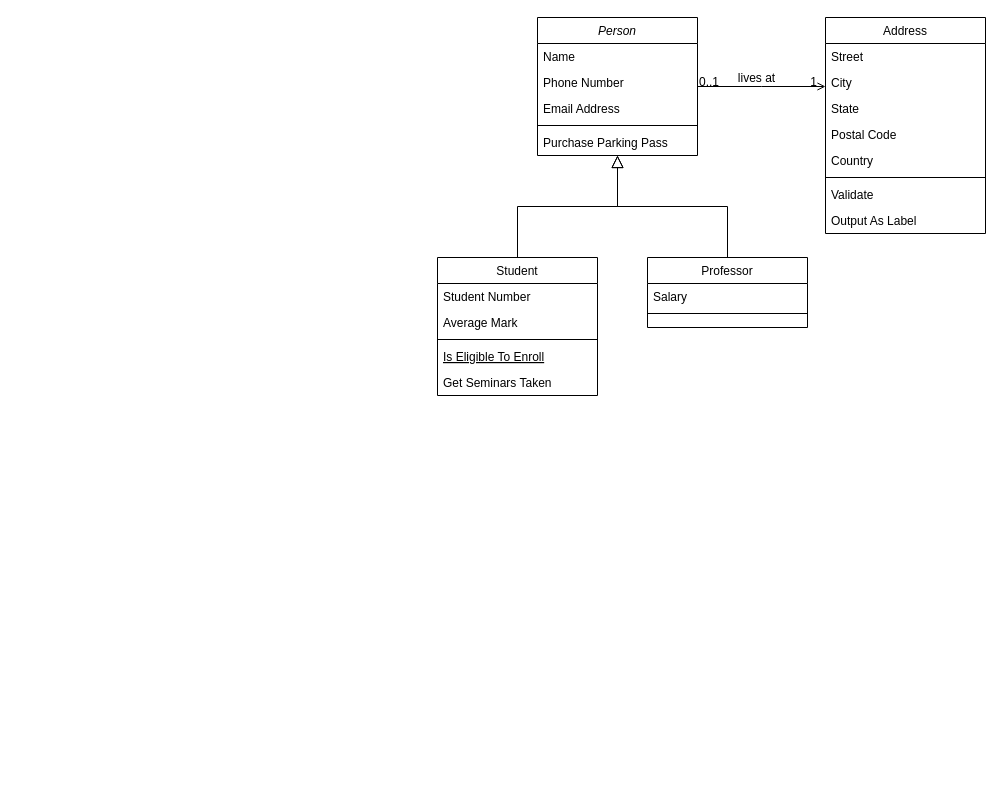
This is Untitled Diagram.drawio from KingGaemi/SDL2, a draw.io file, before an edit. Source tidied: cells renumbered, new cells numbered last; positions are measured from the earlier drawing's top-left corner, leaving out a move shared by most shapes. Both pictures are drawn from the tidied source at 100%, with x=0, y=0 at pixel (437, 17).
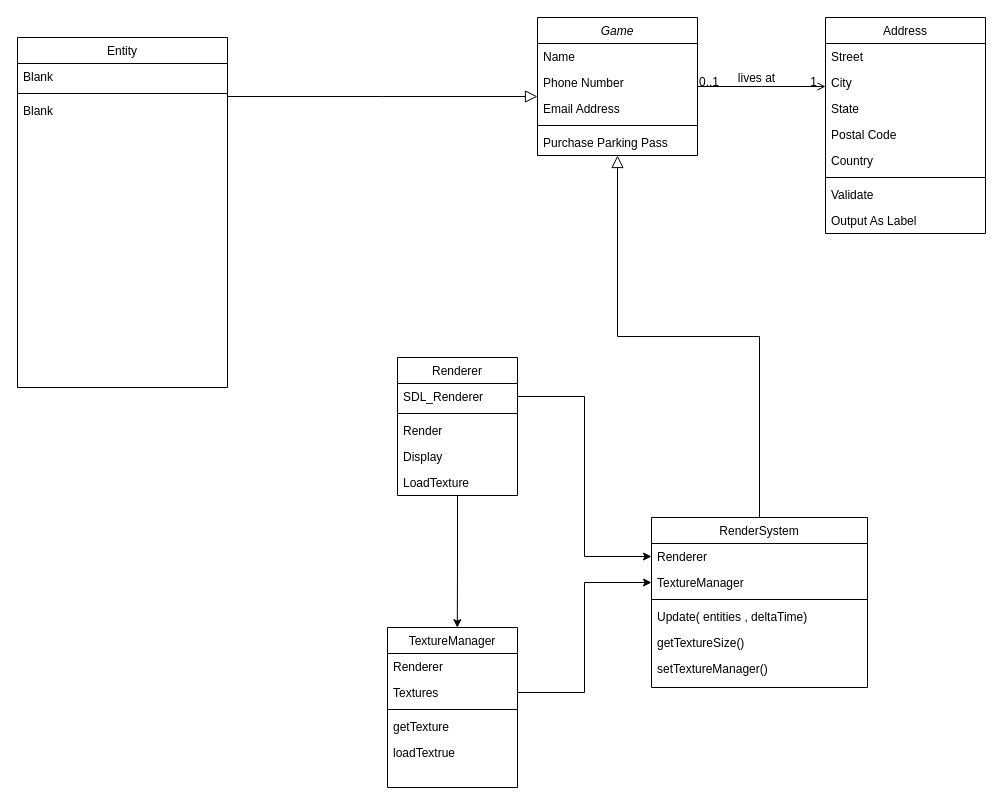
After the change.

Diff of the diagram source:
```diff
@@
-    <mxCell id="2" value="Person" style="swimlane;fontStyle=2;align=center;verticalAlign=top;horizontal=1;startSize=26;rounded=0;shadow=0;strokeWidth=1;" parent="1" vertex="1">
+    <mxCell id="2" value="Game" style="swimlane;fontStyle=2;align=center;verticalAlign=top;horizontal=1;startSize=26;rounded=0;shadow=0;strokeWidth=1;" parent="1" vertex="1">
       <mxGeometry x="100" width="160" height="138" as="geometry" />
     </mxCell>
@@
-    <mxCell id="8" value="Student" style="swimlane;fontStyle=0;align=center;verticalAlign=top;horizontal=1;startSize=26;rounded=0;shadow=0;strokeWidth=1;" parent="1" vertex="1">
-      <mxGeometry y="240" width="160" height="138" as="geometry" />
+    <mxCell id="8" value="Entity" style="swimlane;fontStyle=0;align=center;verticalAlign=top;horizontal=1;startSize=26;rounded=0;shadow=0;strokeWidth=1;" parent="1" vertex="1">
+      <mxGeometry x="-420" y="20" width="210" height="350" as="geometry" />
     </mxCell>
-    <mxCell id="9" value="Student Number" style="text;align=left;verticalAlign=top;spacingLeft=4;spacingRight=4;overflow=hidden;" parent="8" vertex="1">
-      <mxGeometry y="26" width="160" height="26" as="geometry" />
+    <mxCell id="9" value="Blank" style="text;align=left;verticalAlign=top;spacingLeft=4;spacingRight=4;overflow=hidden;" parent="8" vertex="1">
+      <mxGeometry y="26" width="210" height="26" as="geometry" />
     </mxCell>
-    <mxCell id="10" value="Average Mark" style="text;align=left;verticalAlign=top;spacingLeft=4;spacingRight=4;overflow=hidden;rounded=0;shadow=0;html=0;" parent="8" vertex="1">
-      <mxGeometry y="52" width="160" height="26" as="geometry" />
-    </mxCell>
     <mxCell id="11" style="line;html=1;strokeWidth=1;align=left;verticalAlign=middle;spacingTop=-1;spacingLeft=3;spacingRight=3;labelPosition=right;" parent="8" vertex="1">
-      <mxGeometry y="78" width="160" height="8" as="geometry" />
+      <mxGeometry y="52" width="210" height="8" as="geometry" />
     </mxCell>
-    <mxCell id="12" value="Is Eligible To Enroll" style="text;align=left;verticalAlign=top;spacingLeft=4;spacingRight=4;overflow=hidden;fontStyle=4;" parent="8" vertex="1">
-      <mxGeometry y="86" width="160" height="26" as="geometry" />
-    </mxCell>
-    <mxCell id="13" value="Get Seminars Taken" style="text;align=left;verticalAlign=top;spacingLeft=4;spacingRight=4;overflow=hidden;" parent="8" vertex="1">
-      <mxGeometry y="112" width="160" height="26" as="geometry" />
+    <mxCell id="13" value="Blank" style="text;align=left;verticalAlign=top;spacingLeft=4;spacingRight=4;overflow=hidden;" parent="8" vertex="1">
+      <mxGeometry y="60" width="210" height="26" as="geometry" />
     </mxCell>
@@
-    <mxCell id="15" value="Professor" style="swimlane;fontStyle=0;align=center;verticalAlign=top;horizontal=1;startSize=26;rounded=0;shadow=0;strokeWidth=1;" parent="1" vertex="1">
-      <mxGeometry x="210" y="240" width="160" height="70" as="geometry" />
+    <mxCell id="15" value="RenderSystem&#10;" style="swimlane;fontStyle=0;align=center;verticalAlign=top;horizontal=1;startSize=26;rounded=0;shadow=0;strokeWidth=1;" parent="1" vertex="1">
+      <mxGeometry x="214" y="500" width="216" height="170" as="geometry" />
     </mxCell>
-    <mxCell id="16" value="Salary" style="text;align=left;verticalAlign=top;spacingLeft=4;spacingRight=4;overflow=hidden;points=[[0,0.5],[1,0.5]];portConstraint=eastwest;" parent="15" vertex="1">
-      <mxGeometry y="26" width="160" height="26" as="geometry" />
+    <mxCell id="16" value="Renderer" style="text;align=left;verticalAlign=top;spacingLeft=4;spacingRight=4;overflow=hidden;points=[[0,0.5],[1,0.5]];portConstraint=eastwest;" parent="15" vertex="1">
+      <mxGeometry y="26" width="216" height="26" as="geometry" />
     </mxCell>
+    <mxCell id="32" value="TextureManager" style="text;align=left;verticalAlign=top;spacingLeft=4;spacingRight=4;overflow=hidden;points=[[0,0.5],[1,0.5]];portConstraint=eastwest;" parent="15" vertex="1">
+      <mxGeometry y="52" width="216" height="26" as="geometry" />
+    </mxCell>
     <mxCell id="17" style="line;html=1;strokeWidth=1;align=left;verticalAlign=middle;spacingTop=-1;spacingLeft=3;spacingRight=3;labelPosition=right;" parent="15" vertex="1">
-      <mxGeometry y="52" width="160" height="8" as="geometry" />
+      <mxGeometry y="78" width="216" height="8" as="geometry" />
     </mxCell>
+    <mxCell id="33" value="Update( entities , deltaTime)" style="text;align=left;verticalAlign=top;spacingLeft=4;spacingRight=4;overflow=hidden;" parent="15" vertex="1">
+      <mxGeometry y="86" width="216" height="26" as="geometry" />
+    </mxCell>
+    <mxCell id="34" value="getTextureSize()" style="text;align=left;verticalAlign=top;spacingLeft=4;spacingRight=4;overflow=hidden;" parent="15" vertex="1">
+      <mxGeometry y="112" width="216" height="26" as="geometry" />
+    </mxCell>
+    <mxCell id="35" value="setTextureManager()" style="text;align=left;verticalAlign=top;spacingLeft=4;spacingRight=4;overflow=hidden;" parent="15" vertex="1">
+      <mxGeometry y="138" width="216" height="26" as="geometry" />
+    </mxCell>
@@
+    <mxCell id="36" value="Renderer" style="swimlane;fontStyle=0;align=center;verticalAlign=top;horizontal=1;startSize=26;rounded=0;shadow=0;strokeWidth=1;" parent="1" vertex="1">
+      <mxGeometry x="-40" y="340" width="120" height="138" as="geometry" />
+    </mxCell>
+    <mxCell id="37" value="SDL_Renderer" style="text;align=left;verticalAlign=top;spacingLeft=4;spacingRight=4;overflow=hidden;points=[[0,0.5],[1,0.5]];portConstraint=eastwest;" parent="36" vertex="1">
+      <mxGeometry y="26" width="120" height="26" as="geometry" />
+    </mxCell>
+    <mxCell id="38" style="line;html=1;strokeWidth=1;align=left;verticalAlign=middle;spacingTop=-1;spacingLeft=3;spacingRight=3;labelPosition=right;" parent="36" vertex="1">
+      <mxGeometry y="52" width="120" height="8" as="geometry" />
+    </mxCell>
+    <mxCell id="39" value="Render" style="text;align=left;verticalAlign=top;spacingLeft=4;spacingRight=4;overflow=hidden;" parent="36" vertex="1">
+      <mxGeometry y="60" width="120" height="26" as="geometry" />
+    </mxCell>
+    <mxCell id="40" value="Display" style="text;align=left;verticalAlign=top;spacingLeft=4;spacingRight=4;overflow=hidden;" parent="36" vertex="1">
+      <mxGeometry y="86" width="120" height="26" as="geometry" />
+    </mxCell>
+    <mxCell id="41" value="LoadTexture" style="text;align=left;verticalAlign=top;spacingLeft=4;spacingRight=4;overflow=hidden;" parent="36" vertex="1">
+      <mxGeometry y="112" width="120" height="26" as="geometry" />
+    </mxCell>
+    <mxCell id="42" style="edgeStyle=orthogonalEdgeStyle;rounded=0;jettySize=auto;html=1;entryX=0;entryY=0.5;entryDx=0;entryDy=0;" parent="1" edge="1" source="37" target="16">
+      <mxGeometry relative="1" as="geometry" />
+    </mxCell>
+    <mxCell id="43" value="TextureManager" style="swimlane;fontStyle=0;align=center;verticalAlign=top;horizontal=1;startSize=26;rounded=0;shadow=0;strokeWidth=1;" parent="1" vertex="1">
+      <mxGeometry x="-50" y="610" width="130" height="160" as="geometry" />
+    </mxCell>
+    <mxCell id="44" value="Renderer" style="text;align=left;verticalAlign=top;spacingLeft=4;spacingRight=4;overflow=hidden;rounded=0;shadow=0;html=0;" parent="43" vertex="1">
+      <mxGeometry y="26" width="130" height="26" as="geometry" />
+    </mxCell>
+    <mxCell id="45" value="Textures" style="text;align=left;verticalAlign=top;spacingLeft=4;spacingRight=4;overflow=hidden;points=[[0,0.5],[1,0.5]];portConstraint=eastwest;rounded=0;shadow=0;html=0;" parent="43" vertex="1">
+      <mxGeometry y="52" width="130" height="26" as="geometry" />
+    </mxCell>
+    <mxCell id="46" style="line;html=1;strokeWidth=1;align=left;verticalAlign=middle;spacingTop=-1;spacingLeft=3;spacingRight=3;labelPosition=right;" parent="43" vertex="1">
+      <mxGeometry y="78" width="130" height="8" as="geometry" />
+    </mxCell>
+    <mxCell id="47" value="getTexture" style="text;align=left;verticalAlign=top;spacingLeft=4;spacingRight=4;overflow=hidden;" parent="43" vertex="1">
+      <mxGeometry y="86" width="130" height="26" as="geometry" />
+    </mxCell>
+    <mxCell id="48" value="loadTextrue" style="text;align=left;verticalAlign=top;spacingLeft=4;spacingRight=4;overflow=hidden;" parent="43" vertex="1">
+      <mxGeometry y="112" width="130" height="26" as="geometry" />
+    </mxCell>
+    <mxCell id="49" style="edgeStyle=orthogonalEdgeStyle;rounded=0;jettySize=auto;html=1;exitX=1;exitY=0.5;exitDx=0;exitDy=0;entryX=0;entryY=0.5;entryDx=0;entryDy=0;" parent="1" edge="1" source="45" target="32">
+      <mxGeometry relative="1" as="geometry" />
+    </mxCell>
+    <mxCell id="50" style="edgeStyle=orthogonalEdgeStyle;rounded=0;jettySize=auto;html=1;exitX=0.5;exitY=1;exitDx=0;exitDy=0;entryX=0.537;entryY=0.001;entryDx=0;entryDy=0;entryPerimeter=0;" parent="1" edge="1" source="36" target="43">
+      <mxGeometry relative="1" as="geometry" />
+    </mxCell>
```
